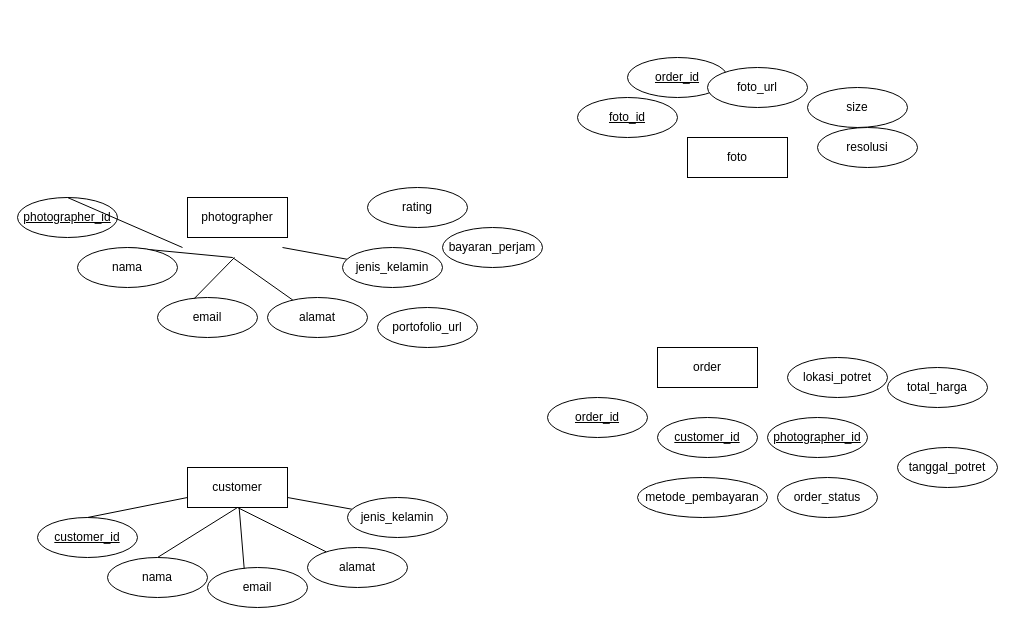
dhendisyafaa/drawio keeps this draw.io diagram as Untitled Diagram.drawio. Above is the earlier version. Source tidied: cells renumbered, new cells numbered last; positions are measured from the earlier drawing's top-left corner, leaving out a move shared by most shapes. Both pictures are drawn from the tidied source at 100%, with x=0, y=0 at pixel (17, 57).
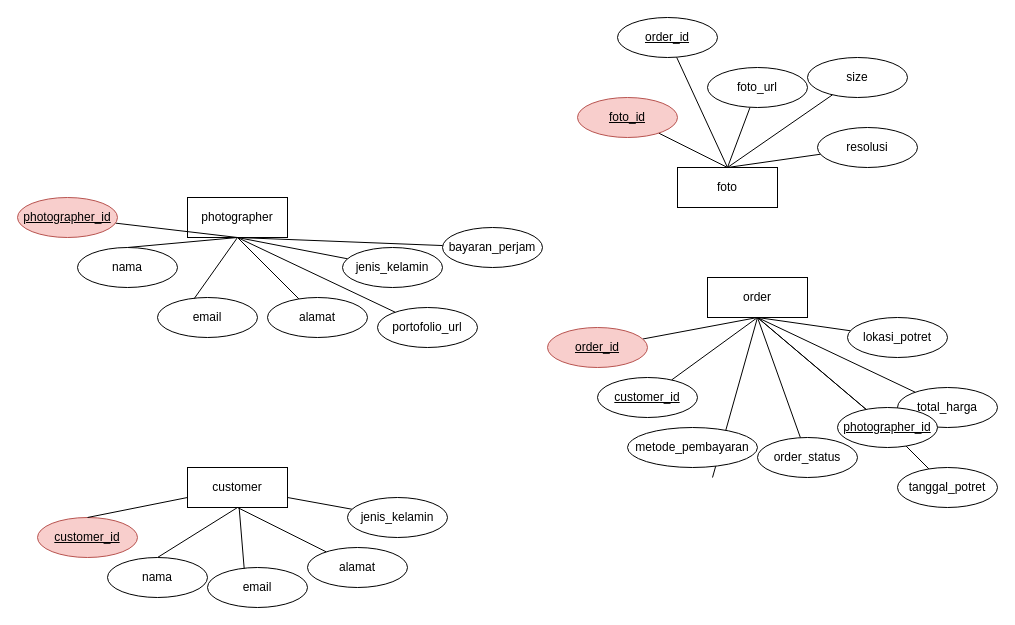
The same diagram, later.

Unchanged cells that the change refers to:
```xml
<mxCell id="13" value="photographer" style="whiteSpace=wrap;html=1;align=center;" parent="1" vertex="1">
  <mxGeometry x="170" y="140" width="100" height="40" as="geometry" />
</mxCell>
<mxCell id="17" value="nama" style="ellipse;whiteSpace=wrap;html=1;align=center;" parent="1" vertex="1">
  <mxGeometry x="60" y="190" width="100" height="40" as="geometry" />
</mxCell>
<mxCell id="18" value="email" style="ellipse;whiteSpace=wrap;html=1;align=center;" parent="1" vertex="1">
  <mxGeometry x="140" y="240" width="100" height="40" as="geometry" />
</mxCell>
<mxCell id="20" value="alamat" style="ellipse;whiteSpace=wrap;html=1;align=center;" parent="1" vertex="1">
  <mxGeometry x="250" y="240" width="100" height="40" as="geometry" />
</mxCell>
<mxCell id="22" value="jenis_kelamin" style="ellipse;whiteSpace=wrap;html=1;align=center;" parent="1" vertex="1">
  <mxGeometry x="325" y="190" width="100" height="40" as="geometry" />
</mxCell>
<mxCell id="25" value="bayaran_perjam" style="ellipse;whiteSpace=wrap;html=1;align=center;" parent="1" vertex="1">
  <mxGeometry x="425" y="170" width="100" height="40" as="geometry" />
</mxCell>
<mxCell id="26" value="portofolio_url" style="ellipse;whiteSpace=wrap;html=1;align=center;" parent="1" vertex="1">
  <mxGeometry x="360" y="250" width="100" height="40" as="geometry" />
</mxCell>
<mxCell id="39" value="foto_url" style="ellipse;whiteSpace=wrap;html=1;align=center;" parent="1" vertex="1">
  <mxGeometry x="690" y="10" width="100" height="40" as="geometry" />
</mxCell>
<mxCell id="41" value="resolusi" style="ellipse;whiteSpace=wrap;html=1;align=center;" parent="1" vertex="1">
  <mxGeometry x="800" y="70" width="100" height="40" as="geometry" />
</mxCell>
```

What changed in the source:
```diff
@@
-    <mxCell id="2" value="&lt;u&gt;customer_id&lt;/u&gt;" style="ellipse;whiteSpace=wrap;html=1;align=center;" parent="1" vertex="1">
+    <mxCell id="2" value="&lt;u&gt;customer_id&lt;/u&gt;" style="ellipse;whiteSpace=wrap;html=1;align=center;fillColor=#f8cecc;strokeColor=#b85450;" parent="1" vertex="1">
       <mxGeometry x="20" y="460" width="100" height="40" as="geometry" />
     </mxCell>
@@
+    <mxCell id="42" style="rounded=0;jettySize=auto;html=1;entryX=0.5;entryY=1;entryDx=0;entryDy=0;endArrow=none;startFill=0;" parent="1" edge="1" source="14" target="13">
+      <mxGeometry relative="1" as="geometry" />
+    </mxCell>
-    <mxCell id="14" value="&lt;u&gt;photographer_id&lt;/u&gt;" style="ellipse;whiteSpace=wrap;html=1;align=center;" parent="1" vertex="1">
+    <mxCell id="14" value="&lt;u&gt;photographer_id&lt;/u&gt;" style="ellipse;whiteSpace=wrap;html=1;align=center;fillColor=#f8cecc;strokeColor=#b85450;" parent="1" vertex="1">
       <mxGeometry y="140" width="100" height="40" as="geometry" />
     </mxCell>
-    <mxCell id="15" style="rounded=0;jettySize=auto;html=1;entryX=0.5;entryY=0;entryDx=0;entryDy=0;endArrow=none;startFill=0;" parent="1" edge="1" target="14">
-      <mxGeometry relative="1" as="geometry">
-        <mxPoint x="165" y="190" as="sourcePoint" />
-      </mxGeometry>
-    </mxCell>
-    <mxCell id="16" style="rounded=0;jettySize=auto;html=1;exitX=0.5;exitY=1;exitDx=0;exitDy=0;entryX=0.5;entryY=0;entryDx=0;entryDy=0;endArrow=none;startFill=0;" parent="1" edge="1" target="17">
-      <mxGeometry relative="1" as="geometry">
-        <mxPoint x="215" y="200" as="sourcePoint" />
-      </mxGeometry>
+    <mxCell id="16" style="rounded=0;jettySize=auto;html=1;exitX=0.5;exitY=1;exitDx=0;exitDy=0;entryX=0.5;entryY=0;entryDx=0;entryDy=0;endArrow=none;startFill=0;" parent="1" edge="1" source="13" target="17">
+      <mxGeometry relative="1" as="geometry" />
     </mxCell>
@@
-    <mxCell id="19" style="rounded=0;jettySize=auto;html=1;endArrow=none;startFill=0;entryX=0.5;entryY=1;entryDx=0;entryDy=0;" parent="1" edge="1" source="20">
-      <mxGeometry relative="1" as="geometry">
-        <mxPoint x="215" y="200" as="targetPoint" />
-      </mxGeometry>
-    </mxCell>
+    <mxCell id="43" style="rounded=0;jettySize=auto;html=1;entryX=0.5;entryY=1;entryDx=0;entryDy=0;endArrow=none;startFill=0;" parent="1" edge="1" source="20" target="13">
+      <mxGeometry relative="1" as="geometry" />
+    </mxCell>
@@
-    <mxCell id="21" style="rounded=0;jettySize=auto;html=1;endArrow=none;startFill=0;entryX=1;entryY=0.75;entryDx=0;entryDy=0;" parent="1" edge="1" source="22">
-      <mxGeometry relative="1" as="geometry">
-        <mxPoint x="265" y="190" as="targetPoint" />
-      </mxGeometry>
+    <mxCell id="21" style="rounded=0;jettySize=auto;html=1;endArrow=none;startFill=0;entryX=0.5;entryY=1;entryDx=0;entryDy=0;" parent="1" edge="1" source="22" target="13">
+      <mxGeometry relative="1" as="geometry" />
     </mxCell>
@@
-    <mxCell id="23" style="rounded=0;jettySize=auto;html=1;entryX=0.367;entryY=0.028;entryDx=0;entryDy=0;entryPerimeter=0;endArrow=none;startFill=0;" parent="1" edge="1" target="18">
-      <mxGeometry relative="1" as="geometry">
-        <mxPoint x="217" y="200" as="sourcePoint" />
-      </mxGeometry>
+    <mxCell id="23" style="rounded=0;jettySize=auto;html=1;entryX=0.367;entryY=0.028;entryDx=0;entryDy=0;entryPerimeter=0;endArrow=none;startFill=0;exitX=0.5;exitY=1;exitDx=0;exitDy=0;" parent="1" edge="1" source="13" target="18">
+      <mxGeometry relative="1" as="geometry" />
     </mxCell>
-    <mxCell id="24" value="rating" style="ellipse;whiteSpace=wrap;html=1;align=center;" parent="1" vertex="1">
-      <mxGeometry x="350" y="130" width="100" height="40" as="geometry" />
-    </mxCell>
+    <mxCell id="44" style="rounded=0;jettySize=auto;html=1;entryX=0.5;entryY=1;entryDx=0;entryDy=0;endArrow=none;startFill=0;" parent="1" edge="1" source="25" target="13">
+      <mxGeometry relative="1" as="geometry" />
+    </mxCell>
@@
+    <mxCell id="45" style="rounded=0;jettySize=auto;html=1;entryX=0.5;entryY=1;entryDx=0;entryDy=0;endArrow=none;startFill=0;" parent="1" edge="1" source="26" target="13">
+      <mxGeometry relative="1" as="geometry" />
+    </mxCell>
@@
     <mxCell id="27" value="order" style="whiteSpace=wrap;html=1;align=center;" parent="1" vertex="1">
-      <mxGeometry x="640" y="290" width="100" height="40" as="geometry" />
+      <mxGeometry x="690" y="220" width="100" height="40" as="geometry" />
     </mxCell>
+    <mxCell id="46" style="rounded=0;jettySize=auto;html=1;entryX=0.5;entryY=1;entryDx=0;entryDy=0;endArrow=none;startFill=0;" parent="1" edge="1" source="28" target="27">
+      <mxGeometry relative="1" as="geometry" />
+    </mxCell>
-    <mxCell id="28" value="&lt;u&gt;order_id&lt;/u&gt;" style="ellipse;whiteSpace=wrap;html=1;align=center;" parent="1" vertex="1">
-      <mxGeometry x="530" y="340" width="100" height="40" as="geometry" />
+    <mxCell id="28" value="&lt;u&gt;order_id&lt;/u&gt;" style="ellipse;whiteSpace=wrap;html=1;align=center;fillColor=#f8cecc;strokeColor=#b85450;" parent="1" vertex="1">
+      <mxGeometry x="530" y="270" width="100" height="40" as="geometry" />
     </mxCell>
-    <mxCell id="29" value="&lt;u&gt;photographer_id&lt;/u&gt;" style="ellipse;whiteSpace=wrap;html=1;align=center;" parent="1" vertex="1">
-      <mxGeometry x="750" y="360" width="100" height="40" as="geometry" />
-    </mxCell>
+    <mxCell id="47" style="rounded=0;jettySize=auto;html=1;entryX=0.5;entryY=1;entryDx=0;entryDy=0;endArrow=none;startFill=0;" parent="1" edge="1" source="29" target="27">
+      <mxGeometry relative="1" as="geometry" />
+    </mxCell>
+    <mxCell id="48" style="rounded=0;jettySize=auto;html=1;entryX=0.5;entryY=1;entryDx=0;entryDy=0;endArrow=none;startFill=0;" parent="1" edge="1" source="30" target="27">
+      <mxGeometry relative="1" as="geometry" />
+    </mxCell>
     <mxCell id="30" value="&lt;u&gt;customer_id&lt;/u&gt;" style="ellipse;whiteSpace=wrap;html=1;align=center;" parent="1" vertex="1">
-      <mxGeometry x="640" y="360" width="100" height="40" as="geometry" />
+      <mxGeometry x="580" y="320" width="100" height="40" as="geometry" />
     </mxCell>
+    <mxCell id="49" style="rounded=0;jettySize=auto;html=1;entryX=0.5;entryY=1;entryDx=0;entryDy=0;endArrow=none;startFill=0;" parent="1" edge="1" source="31" target="27">
+      <mxGeometry relative="1" as="geometry" />
+    </mxCell>
     <mxCell id="31" value="lokasi_potret" style="ellipse;whiteSpace=wrap;html=1;align=center;" parent="1" vertex="1">
-      <mxGeometry x="770" y="300" width="100" height="40" as="geometry" />
+      <mxGeometry x="830" y="260" width="100" height="40" as="geometry" />
     </mxCell>
+    <mxCell id="50" style="rounded=0;jettySize=auto;html=1;entryX=0.5;entryY=1;entryDx=0;entryDy=0;endArrow=none;startFill=0;" parent="1" edge="1" source="32" target="27">
+      <mxGeometry relative="1" as="geometry" />
+    </mxCell>
     <mxCell id="32" value="order_status" style="ellipse;whiteSpace=wrap;html=1;align=center;" parent="1" vertex="1">
-      <mxGeometry x="760" y="420" width="100" height="40" as="geometry" />
+      <mxGeometry x="740" y="380" width="100" height="40" as="geometry" />
     </mxCell>
+    <mxCell id="51" style="rounded=0;jettySize=auto;html=1;entryX=0.5;entryY=1;entryDx=0;entryDy=0;endArrow=none;startFill=0;" parent="1" edge="1" source="33" target="27">
+      <mxGeometry relative="1" as="geometry" />
+    </mxCell>
     <mxCell id="33" value="total_harga" style="ellipse;whiteSpace=wrap;html=1;align=center;" parent="1" vertex="1">
-      <mxGeometry x="870" y="310" width="100" height="40" as="geometry" />
+      <mxGeometry x="880" y="330" width="100" height="40" as="geometry" />
     </mxCell>
+    <mxCell id="52" style="rounded=0;jettySize=auto;html=1;endArrow=none;startFill=0;" parent="1" edge="1" source="29">
+      <mxGeometry relative="1" as="geometry">
+        <mxPoint x="740" y="260" as="targetPoint" />
+      </mxGeometry>
+    </mxCell>
     <mxCell id="34" value="tanggal_potret" style="ellipse;whiteSpace=wrap;html=1;align=center;" parent="1" vertex="1">
-      <mxGeometry x="880" y="390" width="100" height="40" as="geometry" />
+      <mxGeometry x="880" y="410" width="100" height="40" as="geometry" />
     </mxCell>
+    <mxCell id="53" style="rounded=0;jettySize=auto;html=1;entryX=0.5;entryY=1;entryDx=0;entryDy=0;endArrow=none;startFill=0;" parent="1" edge="1" target="27">
+      <mxGeometry relative="1" as="geometry">
+        <mxPoint x="695" y="420" as="sourcePoint" />
+      </mxGeometry>
+    </mxCell>
     <mxCell id="35" value="metode_pembayaran" style="ellipse;whiteSpace=wrap;html=1;align=center;" parent="1" vertex="1">
-      <mxGeometry x="620" y="420" width="130" height="40" as="geometry" />
+      <mxGeometry x="610" y="370" width="130" height="40" as="geometry" />
     </mxCell>
     <mxCell id="36" value="foto" style="whiteSpace=wrap;html=1;align=center;" parent="1" vertex="1">
-      <mxGeometry x="670" y="80" width="100" height="40" as="geometry" />
+      <mxGeometry x="660" y="110" width="100" height="40" as="geometry" />
     </mxCell>
+    <mxCell id="54" style="rounded=0;jettySize=auto;html=1;entryX=0.5;entryY=0;entryDx=0;entryDy=0;endArrow=none;startFill=0;" parent="1" edge="1" source="37" target="36">
+      <mxGeometry relative="1" as="geometry" />
+    </mxCell>
-    <mxCell id="37" value="&lt;u&gt;foto_id&lt;/u&gt;" style="ellipse;whiteSpace=wrap;html=1;align=center;" parent="1" vertex="1">
+    <mxCell id="37" value="&lt;u&gt;foto_id&lt;/u&gt;" style="ellipse;whiteSpace=wrap;html=1;align=center;fillColor=#f8cecc;strokeColor=#b85450;" parent="1" vertex="1">
       <mxGeometry x="560" y="40" width="100" height="40" as="geometry" />
     </mxCell>
+    <mxCell id="55" style="rounded=0;jettySize=auto;html=1;entryX=0.5;entryY=0;entryDx=0;entryDy=0;endArrow=none;startFill=0;" parent="1" edge="1" source="38" target="36">
+      <mxGeometry relative="1" as="geometry" />
+    </mxCell>
     <mxCell id="38" value="&lt;u&gt;order_id&lt;/u&gt;" style="ellipse;whiteSpace=wrap;html=1;align=center;" parent="1" vertex="1">
-      <mxGeometry x="610" width="100" height="40" as="geometry" />
+      <mxGeometry x="600" y="-40" width="100" height="40" as="geometry" />
     </mxCell>
+    <mxCell id="56" style="rounded=0;jettySize=auto;html=1;entryX=0.5;entryY=0;entryDx=0;entryDy=0;endArrow=none;startFill=0;" parent="1" edge="1" source="39" target="36">
+      <mxGeometry relative="1" as="geometry" />
+    </mxCell>
@@
+    <mxCell id="57" style="rounded=0;jettySize=auto;html=1;entryX=0.5;entryY=0;entryDx=0;entryDy=0;endArrow=none;startFill=0;" parent="1" edge="1" source="40" target="36">
+      <mxGeometry relative="1" as="geometry" />
+    </mxCell>
     <mxCell id="40" value="size" style="ellipse;whiteSpace=wrap;html=1;align=center;" parent="1" vertex="1">
-      <mxGeometry x="790" y="30" width="100" height="40" as="geometry" />
+      <mxGeometry x="790" width="100" height="40" as="geometry" />
     </mxCell>
+    <mxCell id="58" style="rounded=0;jettySize=auto;html=1;entryX=0.5;entryY=0;entryDx=0;entryDy=0;endArrow=none;startFill=0;" parent="1" edge="1" source="41" target="36">
+      <mxGeometry relative="1" as="geometry" />
+    </mxCell>
@@
+    <mxCell id="59" style="rounded=0;jettySize=auto;html=1;endArrow=none;startFill=0;" parent="1" edge="1" source="34" target="29">
+      <mxGeometry relative="1" as="geometry" />
+    </mxCell>
+    <mxCell id="29" value="&lt;u&gt;photographer_id&lt;/u&gt;" style="ellipse;whiteSpace=wrap;html=1;align=center;" parent="1" vertex="1">
+      <mxGeometry x="820" y="350" width="100" height="40" as="geometry" />
+    </mxCell>
```
